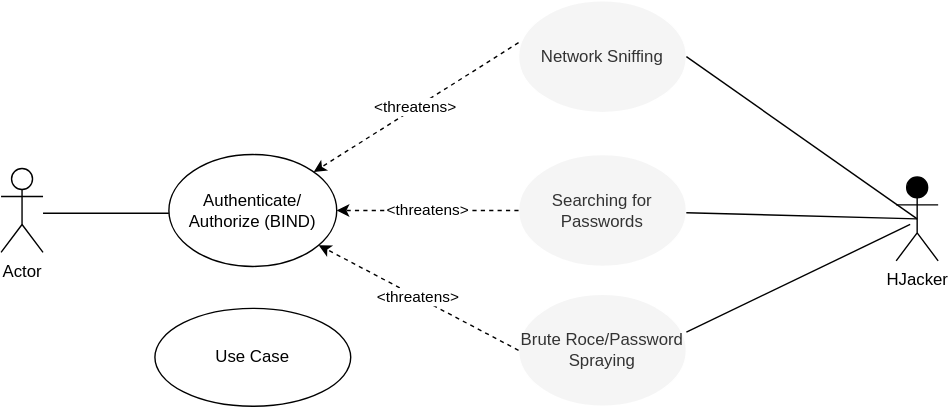
The draw.io diagram images/Use-Misuse Case 1 -Bind.drawio.svg in bartelsjoshuac/SAPG, before a commit. Source tidied: cells renumbered, new cells last; positions are measured from the earlier drawing's top-left corner, leaving out a move shared by most shapes.
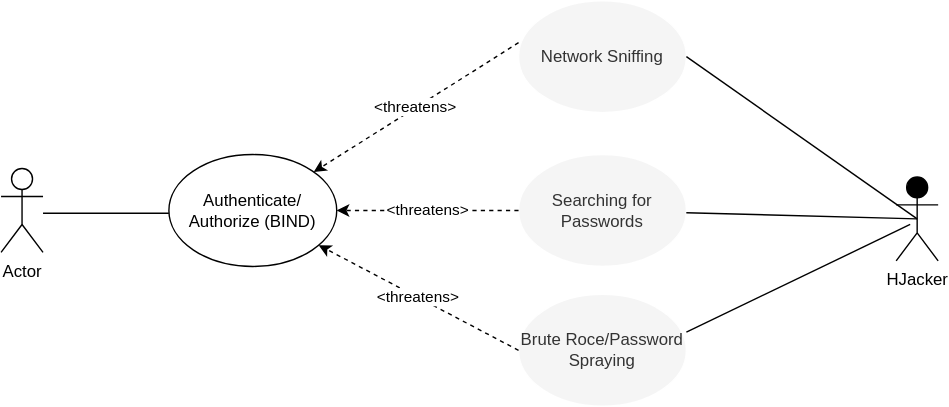
Later version of the same file.

Change to the diagram source:
```diff
@@ -50,8 +50,5 @@
         <mxPoint x="650" y="160" as="targetPoint" />
       </mxGeometry>
     </mxCell>
-    <mxCell id="16" value="Use Case" style="ellipse;whiteSpace=wrap;html=1;" parent="1" vertex="1">
-      <mxGeometry x="110" y="220" width="140" height="70" as="geometry" />
-    </mxCell>
   </root>
 </mxGraphModel>
```
